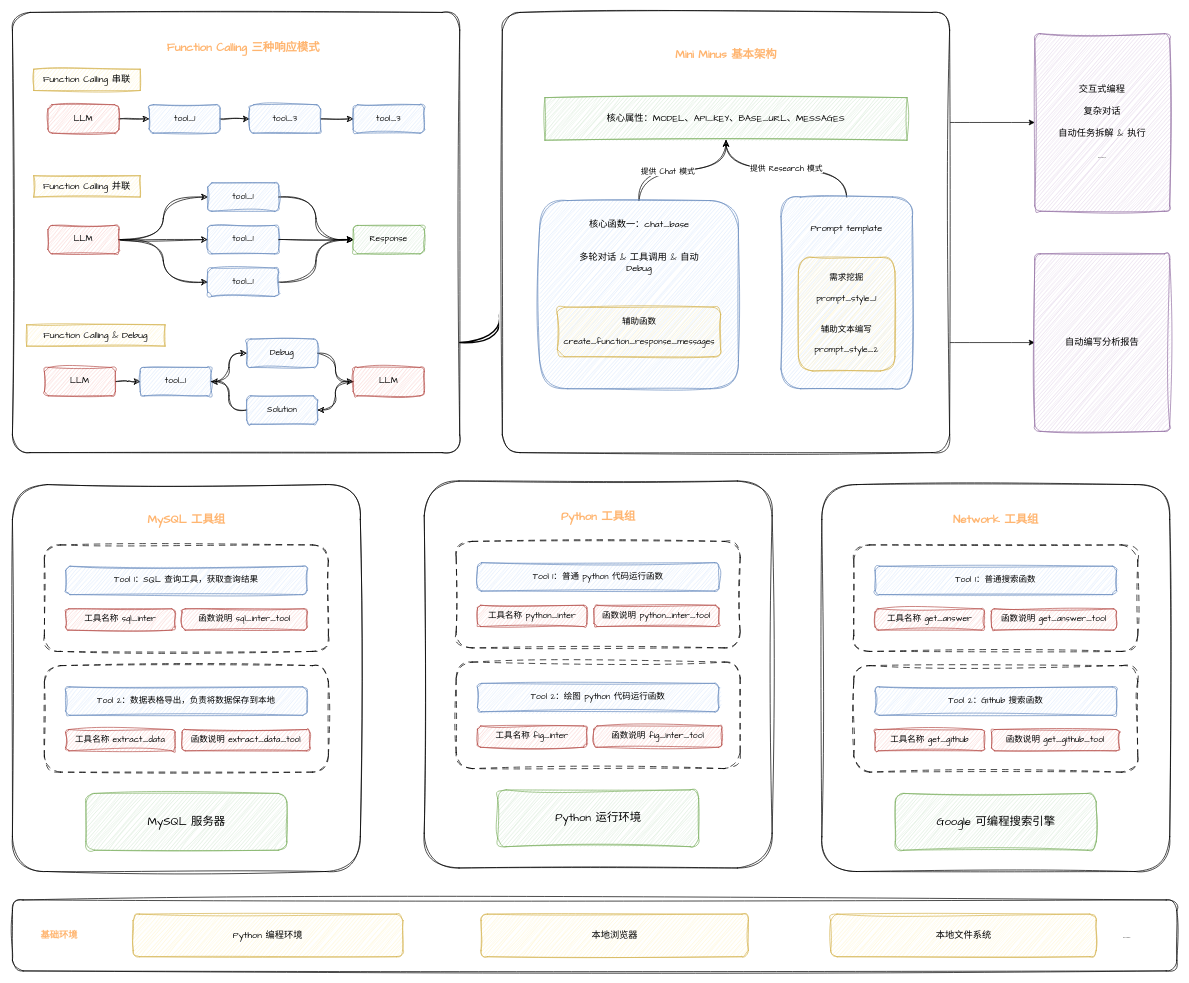
Above: ai/manus.drawio in thebesteric/draw.io (draw.io), before the change. Source tidied: cells renumbered, new cells numbered last; positions are measured from the earlier drawing's top-left corner, leaving out a move shared by most shapes. Both pictures are drawn from the tidied source at 71%, with x=0, y=0 at pixel (12, 12).
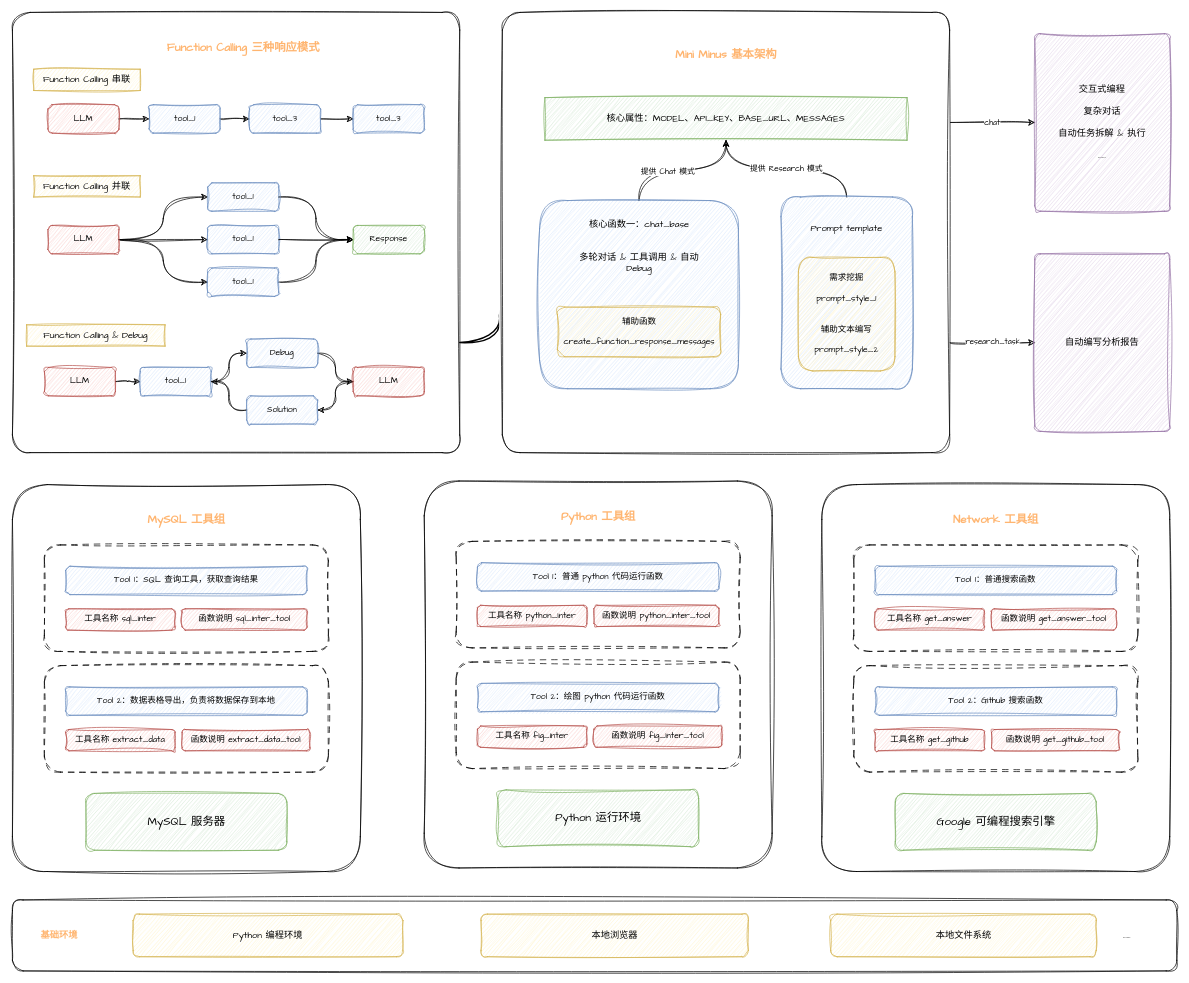
After the change.

Unchanged cells that the change refers to:
```xml
<mxCell id="45" value="&lt;font style=&quot;font-size: 13px;&quot; face=&quot;Comic Sans MS&quot;&gt;交互式编程&lt;/font&gt;&lt;div&gt;&lt;font style=&quot;font-size: 13px;&quot; face=&quot;Comic Sans MS&quot;&gt;&lt;br&gt;&lt;/font&gt;&lt;/div&gt;&lt;div&gt;&lt;font style=&quot;font-size: 13px;&quot; face=&quot;Comic Sans MS&quot;&gt;复杂对话&lt;/font&gt;&lt;/div&gt;&lt;div&gt;&lt;font style=&quot;font-size: 13px;&quot; face=&quot;Comic Sans MS&quot;&gt;&lt;br&gt;&lt;/font&gt;&lt;/div&gt;&lt;div&gt;&lt;font style=&quot;font-size: 13px;&quot; face=&quot;Comic Sans MS&quot;&gt;自动任务拆解 &amp;amp; 执行&lt;/font&gt;&lt;/div&gt;&lt;div&gt;&lt;font style=&quot;font-size: 13px;&quot; face=&quot;Comic Sans MS&quot;&gt;&lt;br&gt;&lt;/font&gt;&lt;/div&gt;&lt;div&gt;&lt;font style=&quot;font-size: 13px;&quot; face=&quot;Comic Sans MS&quot;&gt;......&lt;/font&gt;&lt;/div&gt;" style="rounded=1;whiteSpace=wrap;html=1;arcSize=4;fontFamily=Comic Sans MS;sketch=1;curveFitting=1;jiggle=2;fillColor=#e1d5e7;strokeColor=#9673a6;" parent="1" vertex="1">
  <mxGeometry x="1440" y="30" width="190" height="250" as="geometry" />
</mxCell>
<mxCell id="46" value="&lt;font size=&quot;2&quot;&gt;自动编写分析报告&lt;/font&gt;" style="rounded=1;whiteSpace=wrap;html=1;arcSize=4;fontFamily=Comic Sans MS;sketch=1;curveFitting=1;jiggle=2;fillColor=#e1d5e7;strokeColor=#9673a6;" parent="1" vertex="1">
  <mxGeometry x="1440" y="340" width="190" height="250" as="geometry" />
</mxCell>
<mxCell id="48" style="rounded=1;whiteSpace=wrap;html=1;arcSize=4;fontFamily=Comic Sans MS;sketch=1;curveFitting=1;jiggle=2;" parent="47" vertex="1">
  <mxGeometry width="630" height="620" as="geometry" />
</mxCell>
```

Change to the diagram source:
```diff
@@
-    <mxCell id="8" style="edgeStyle=orthogonalEdgeStyle;rounded=0;jettySize=auto;html=1;exitX=1;exitY=0.25;exitDx=0;exitDy=0;curved=1;" parent="1" edge="1" source="48" target="45">
-      <mxGeometry relative="1" as="geometry" />
+    <mxCell id="8" value="chat" style="edgeStyle=orthogonalEdgeStyle;rounded=0;jettySize=auto;html=1;exitX=1;exitY=0.25;exitDx=0;exitDy=0;curved=1;fontFamily=Comic Sans MS;sketch=1;curveFitting=1;jiggle=2;" parent="1" edge="1" source="48" target="45">
+      <mxGeometry relative="1" as="geometry">
+        <Array as="points">
+          <mxPoint x="1400" y="155" />
+          <mxPoint x="1400" y="155" />
+        </Array>
+      </mxGeometry>
     </mxCell>
-    <mxCell id="9" style="edgeStyle=orthogonalEdgeStyle;rounded=0;jettySize=auto;html=1;exitX=1;exitY=0.75;exitDx=0;exitDy=0;curved=1;" parent="1" edge="1" source="48" target="46">
+    <mxCell id="9" style="edgeStyle=orthogonalEdgeStyle;rounded=0;jettySize=auto;html=1;exitX=1;exitY=0.75;exitDx=0;exitDy=0;curved=1;sketch=1;curveFitting=1;jiggle=2;" parent="1" edge="1" source="48" target="46">
       <mxGeometry relative="1" as="geometry" />
     </mxCell>
+    <mxCell id="94" value="research_task" style="edgeLabel;html=1;align=center;verticalAlign=middle;fontFamily=Comic Sans MS;" parent="9" vertex="1">
+      <mxGeometry y="-2" relative="1" as="geometry">
+        <mxPoint y="-4" as="offset" />
+      </mxGeometry>
+    </mxCell>
```
